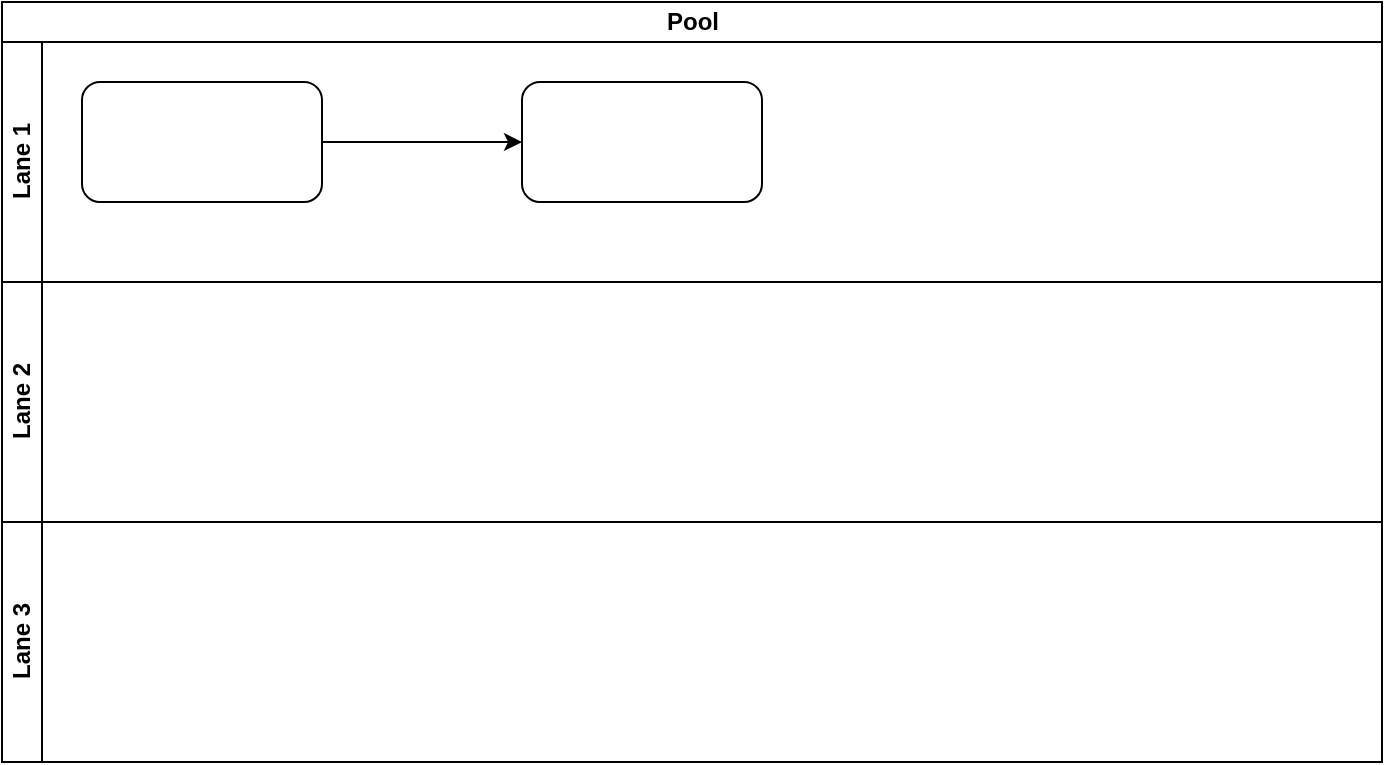
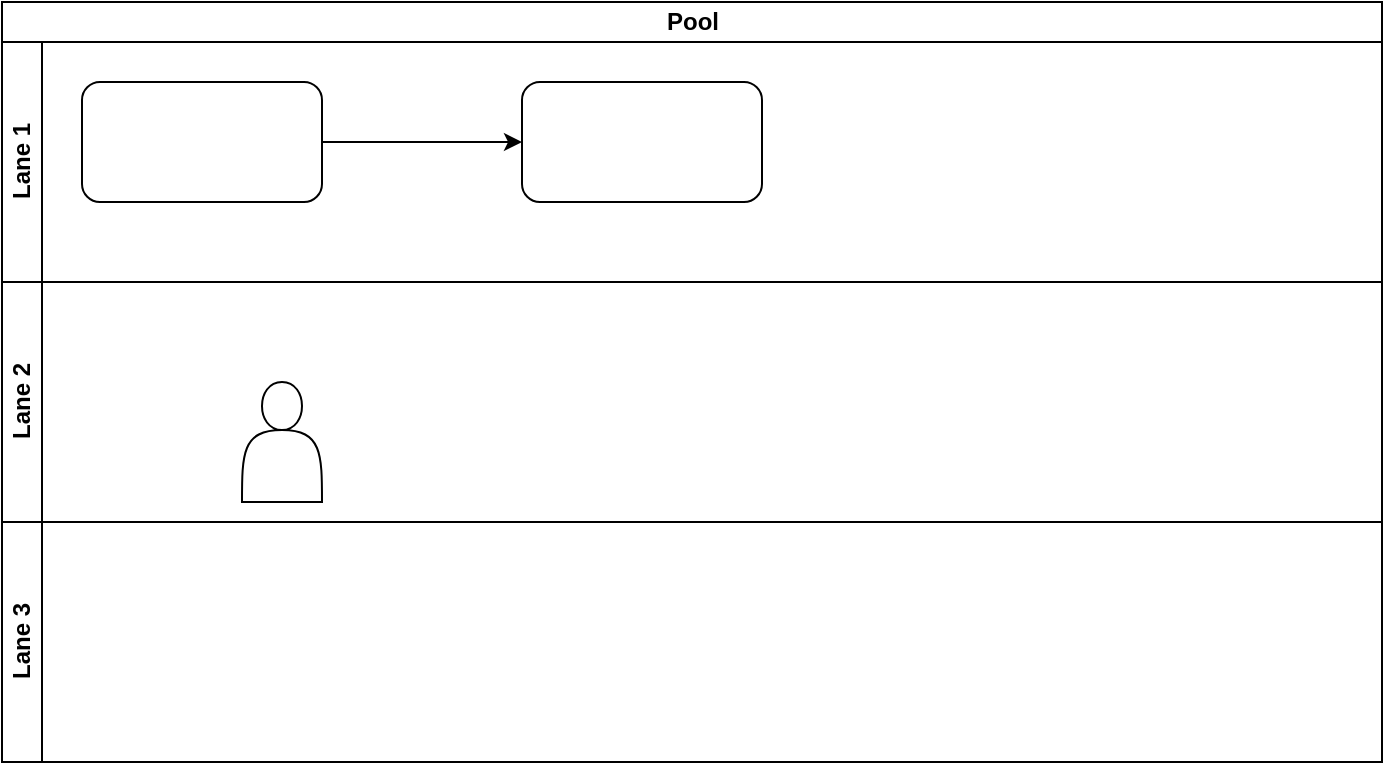
- <mxfile host="app.diagrams.net">
-   <diagram name="Page-1" id="xZkNSMJ9FIpLe2tEXl9R">
-     <mxGraphModel dx="1414" dy="743" grid="1" gridSize="10" guides="1" tooltips="1" connect="1" arrows="1" fold="1" page="1" pageScale="1" pageWidth="827" pageHeight="1169" math="0" shadow="0">
-       <root>
-         <mxCell id="0" />
-         <mxCell id="1" parent="0" />
-         <mxCell id="2-qMstj1cwNoskVnP_xF-4" parent="1" style="swimlane;childLayout=stackLayout;resizeParent=1;resizeParentMax=0;horizontal=1;startSize=20;horizontalStack=0;html=1;" value="Pool" vertex="1">
-           <mxGeometry height="380" width="690" x="80" y="310" as="geometry" />
-         </mxCell>
-         <mxCell id="2-qMstj1cwNoskVnP_xF-5" parent="2-qMstj1cwNoskVnP_xF-4" style="swimlane;startSize=20;horizontal=0;html=1;" value="Lane 1" vertex="1">
-           <mxGeometry height="120" width="690" y="20" as="geometry" />
-         </mxCell>
-         <mxCell id="2-qMstj1cwNoskVnP_xF-1" parent="2-qMstj1cwNoskVnP_xF-5" style="rounded=1;whiteSpace=wrap;html=1;" value="" vertex="1">
-           <mxGeometry height="60" width="120" x="40" y="20" as="geometry" />
-         </mxCell>
-         <mxCell id="2-qMstj1cwNoskVnP_xF-2" parent="2-qMstj1cwNoskVnP_xF-5" style="rounded=1;whiteSpace=wrap;html=1;" value="" vertex="1">
-           <mxGeometry height="60" width="120" x="260" y="20" as="geometry" />
-         </mxCell>
-         <mxCell id="2-qMstj1cwNoskVnP_xF-3" edge="1" parent="2-qMstj1cwNoskVnP_xF-5" source="2-qMstj1cwNoskVnP_xF-1" style="edgeStyle=orthogonalEdgeStyle;rounded=1;orthogonalLoop=1;jettySize=auto;html=1;curved=0;" target="2-qMstj1cwNoskVnP_xF-2">
-           <mxGeometry relative="1" as="geometry" />
-         </mxCell>
-         <mxCell id="2-qMstj1cwNoskVnP_xF-6" parent="2-qMstj1cwNoskVnP_xF-4" style="swimlane;startSize=20;horizontal=0;html=1;" value="Lane 2" vertex="1">
-           <mxGeometry height="120" width="690" y="140" as="geometry" />
-         </mxCell>
-         <mxCell id="2-qMstj1cwNoskVnP_xF-7" parent="2-qMstj1cwNoskVnP_xF-4" style="swimlane;startSize=20;horizontal=0;html=1;" value="Lane 3" vertex="1">
-           <mxGeometry height="120" width="690" y="260" as="geometry" />
-         </mxCell>
-       </root>
-     </mxGraphModel>
-   </diagram>
- </mxfile>
+ <mxfile host="65bd71144e">
+     <diagram name="Page-1" id="xZkNSMJ9FIpLe2tEXl9R">
+         <mxGraphModel dx="1072" dy="449" grid="1" gridSize="10" guides="1" tooltips="1" connect="1" arrows="1" fold="1" page="1" pageScale="1" pageWidth="827" pageHeight="1169" math="0" shadow="0">
+             <root>
+                 <mxCell id="0"/>
+                 <mxCell id="1" parent="0"/>
+                 <mxCell id="2-qMstj1cwNoskVnP_xF-4" value="Pool" style="swimlane;childLayout=stackLayout;resizeParent=1;resizeParentMax=0;horizontal=1;startSize=20;horizontalStack=0;html=1;" parent="1" vertex="1">
+                     <mxGeometry x="80" y="310" width="690" height="380" as="geometry"/>
+                 </mxCell>
+                 <mxCell id="2-qMstj1cwNoskVnP_xF-5" value="Lane 1" style="swimlane;startSize=20;horizontal=0;html=1;" parent="2-qMstj1cwNoskVnP_xF-4" vertex="1">
+                     <mxGeometry y="20" width="690" height="120" as="geometry"/>
+                 </mxCell>
+                 <mxCell id="2-qMstj1cwNoskVnP_xF-1" value="" style="rounded=1;whiteSpace=wrap;html=1;" parent="2-qMstj1cwNoskVnP_xF-5" vertex="1">
+                     <mxGeometry x="40" y="20" width="120" height="60" as="geometry"/>
+                 </mxCell>
+                 <mxCell id="2-qMstj1cwNoskVnP_xF-2" value="" style="rounded=1;whiteSpace=wrap;html=1;" parent="2-qMstj1cwNoskVnP_xF-5" vertex="1">
+                     <mxGeometry x="260" y="20" width="120" height="60" as="geometry"/>
+                 </mxCell>
+                 <mxCell id="2-qMstj1cwNoskVnP_xF-3" style="edgeStyle=orthogonalEdgeStyle;rounded=1;orthogonalLoop=1;jettySize=auto;html=1;curved=0;" parent="2-qMstj1cwNoskVnP_xF-5" source="2-qMstj1cwNoskVnP_xF-1" target="2-qMstj1cwNoskVnP_xF-2" edge="1">
+                     <mxGeometry relative="1" as="geometry"/>
+                 </mxCell>
+                 <mxCell id="2-qMstj1cwNoskVnP_xF-6" value="Lane 2" style="swimlane;startSize=20;horizontal=0;html=1;" parent="2-qMstj1cwNoskVnP_xF-4" vertex="1">
+                     <mxGeometry y="140" width="690" height="120" as="geometry"/>
+                 </mxCell>
+                 <mxCell id="2" value="" style="shape=actor;whiteSpace=wrap;html=1;" vertex="1" parent="2-qMstj1cwNoskVnP_xF-6">
+                     <mxGeometry x="120" y="50" width="40" height="60" as="geometry"/>
+                 </mxCell>
+                 <mxCell id="2-qMstj1cwNoskVnP_xF-7" value="Lane 3" style="swimlane;startSize=20;horizontal=0;html=1;" parent="2-qMstj1cwNoskVnP_xF-4" vertex="1">
+                     <mxGeometry y="260" width="690" height="120" as="geometry"/>
+                 </mxCell>
+             </root>
+         </mxGraphModel>
+     </diagram>
+ </mxfile>